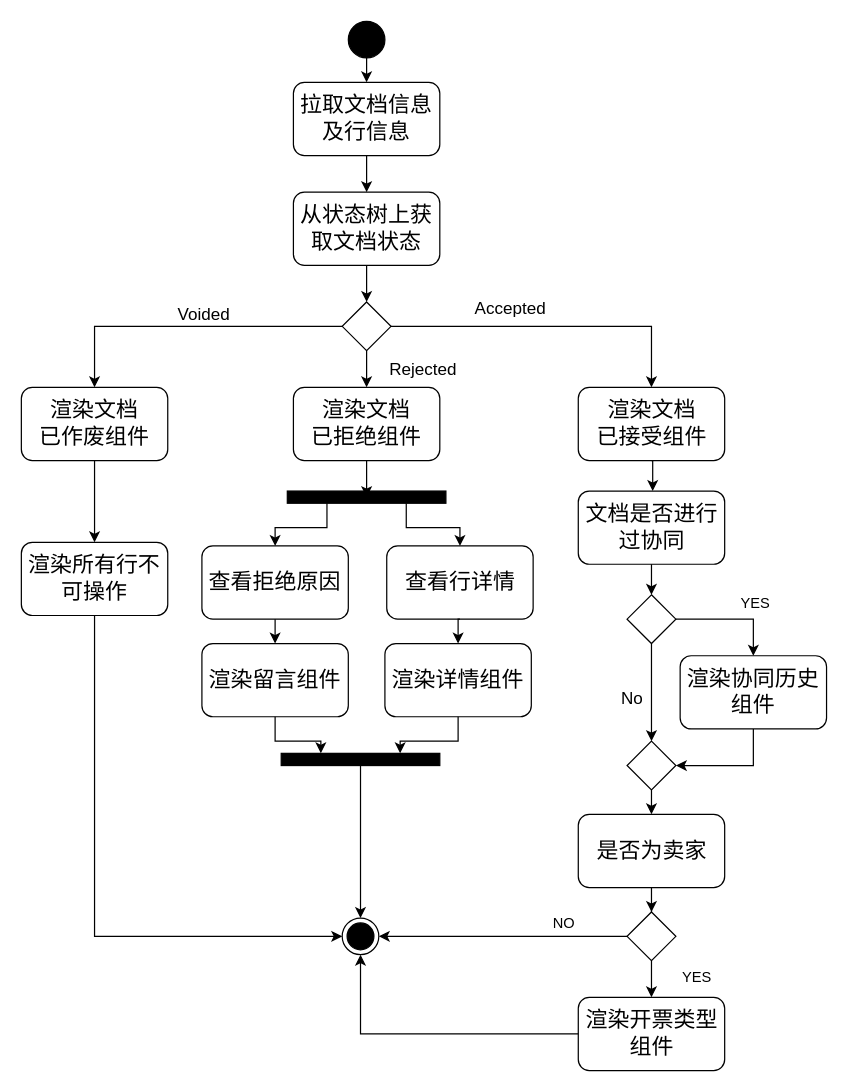
This is page "形式发票预览" (6 of 7) of 概要设计.drawio from Robbie-Han/graduation-thesis, a draw.io file, before an edit. Source tidied: cells renumbered, new cells numbered last; positions are measured from the earlier drawing's top-left corner, leaving out a move shared by most shapes. Both pictures are drawn from the tidied source at 122%, with x=0, y=0 at pixel (21, 21).
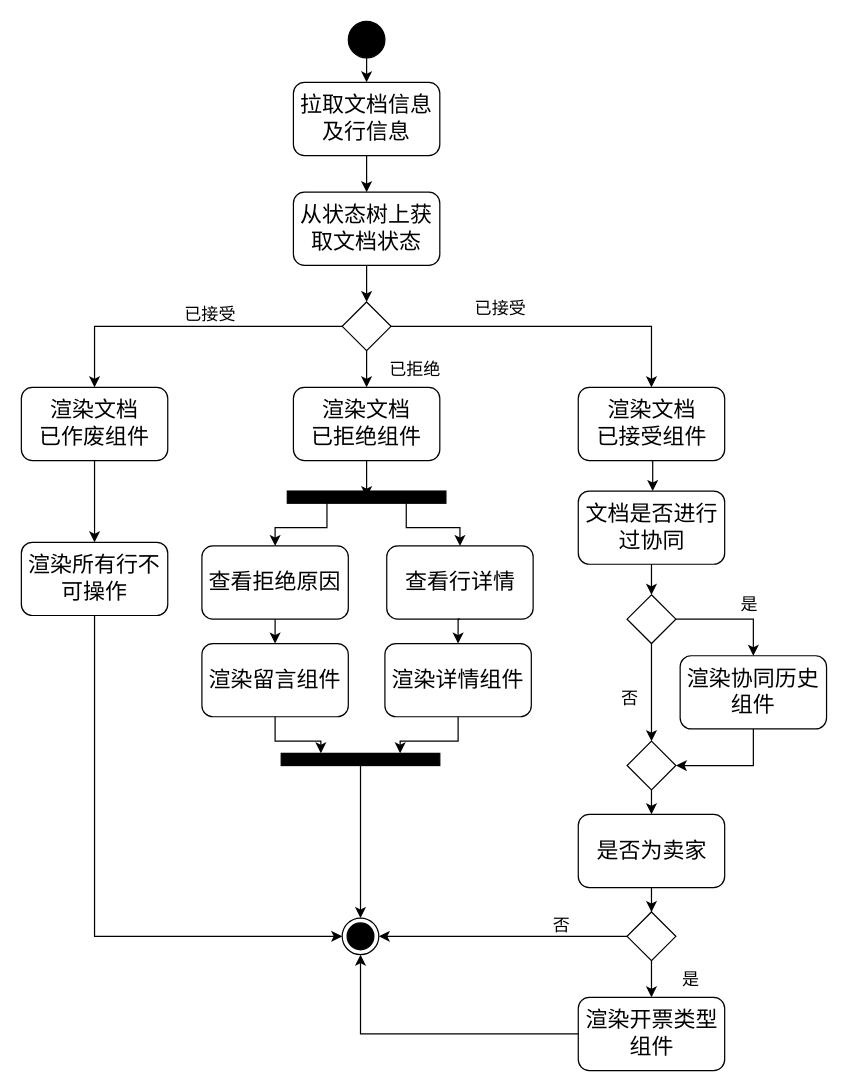
Above is the later version.

The edit, as a diff of the source:
```diff
@@
-    <mxCell id="14" value="&lt;font style=&quot;font-size: 14px&quot;&gt;Voided&lt;/font&gt;" style="text;html=1;strokeColor=none;fillColor=none;align=center;verticalAlign=middle;whiteSpace=wrap;rounded=0;" parent="1" vertex="1">
-      <mxGeometry x="130" y="230" width="40" height="20" as="geometry" />
+    <mxCell id="14" value="&lt;font style=&quot;font-size: 14px&quot;&gt;已接受&lt;/font&gt;" style="text;html=1;strokeColor=none;fillColor=none;align=center;verticalAlign=middle;whiteSpace=wrap;rounded=0;" parent="1" vertex="1">
+      <mxGeometry x="130" y="230" width="50" height="20" as="geometry" />
     </mxCell>
@@
-    <mxCell id="32" value="&lt;font style=&quot;font-size: 14px&quot;&gt;Rejected&lt;/font&gt;" style="text;html=1;" parent="1" vertex="1">
+    <mxCell id="32" value="&lt;font style=&quot;font-size: 14px&quot;&gt;已拒绝&lt;/font&gt;" style="text;html=1;" parent="1" vertex="1">
       <mxGeometry x="300" y="270" width="60" height="30" as="geometry" />
     </mxCell>
-    <mxCell id="33" value="&lt;font style=&quot;font-size: 14px&quot;&gt;Accepted&lt;/font&gt;" style="text;html=1;" parent="1" vertex="1">
+    <mxCell id="33" value="&lt;font style=&quot;font-size: 14px&quot;&gt;已接受&lt;/font&gt;" style="text;html=1;" parent="1" vertex="1">
       <mxGeometry x="370" y="220" width="70" height="30" as="geometry" />
     </mxCell>
@@
-    <mxCell id="53" value="NO" style="text;html=1;align=left;verticalAlign=top;spacingTop=-4;" parent="1" vertex="1">
+    <mxCell id="53" value="&lt;font style=&quot;font-size: 14px&quot;&gt;否&lt;/font&gt;" style="text;html=1;align=left;verticalAlign=top;spacingTop=-4;" parent="1" vertex="1">
       <mxGeometry x="434" y="730" width="30" height="20" as="geometry" />
     </mxCell>
-    <mxCell id="54" value="YES" style="text;html=1;" parent="1" vertex="1">
+    <mxCell id="54" value="&lt;font style=&quot;font-size: 14px&quot;&gt;是&lt;/font&gt;" style="text;html=1;" parent="1" vertex="1">
       <mxGeometry x="540" y="770" width="40" height="40" as="geometry" />
     </mxCell>
-    <mxCell id="55" value="YES" style="text;html=1;align=left;verticalAlign=top;spacingTop=-4;" parent="1" vertex="1">
-      <mxGeometry x="588" y="467" width="40" height="20" as="geometry" />
+    <mxCell id="55" value="&lt;font style=&quot;font-size: 14px&quot;&gt;是&lt;/font&gt;" style="text;html=1;align=left;verticalAlign=top;spacingTop=-4;" parent="1" vertex="1">
+      <mxGeometry x="588" y="467" width="30" height="20" as="geometry" />
     </mxCell>
-    <mxCell id="56" value="&lt;font style=&quot;font-size: 14px&quot;&gt;No&lt;/font&gt;" style="text;html=1;" parent="1" vertex="1">
+    <mxCell id="56" value="&lt;font style=&quot;font-size: 14px&quot;&gt;否&lt;/font&gt;" style="text;html=1;" parent="1" vertex="1">
       <mxGeometry x="490" y="540" width="50" height="30" as="geometry" />
     </mxCell>
```
